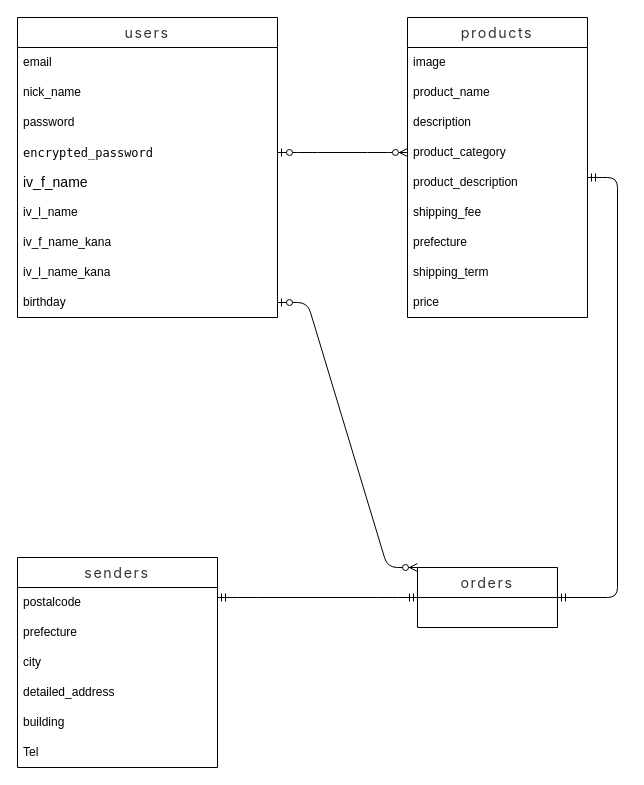
Before: page "Page-1" (1 of 4) of table.dio in Benishimizu/furima-38830, a draw.io diagram. Source tidied: cells renumbered, new cells numbered last; positions are measured from the earlier drawing's top-left corner, leaving out a move shared by most shapes. Both pictures are drawn from the tidied source at 100%, with x=0, y=0 at pixel (17, 17).
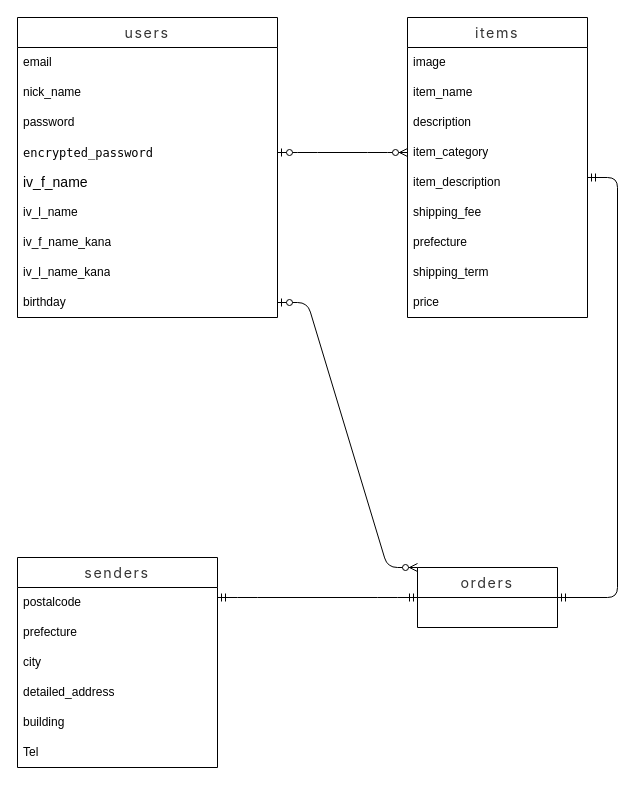
The same page after the edit.

What changed in the source:
```diff
@@
-    <mxCell id="2" value="&lt;span style=&quot;color: rgb(51, 51, 51); font-family: -apple-system, &amp;quot;system-ui&amp;quot;, &amp;quot;Noto Sans JP&amp;quot;, &amp;quot;Hiragino Sans&amp;quot;, &amp;quot;Hiragino Kaku Gothic ProN&amp;quot;, &amp;quot;segoe ui&amp;quot;, メイリオ, Meiryo, &amp;quot;ＭＳ Ｐゴシック&amp;quot;, &amp;quot;MS PGothic&amp;quot;, sans-serif; font-size: 14.24px; letter-spacing: 1.6px; text-align: start; background-color: rgb(255, 255, 255);&quot;&gt;products&lt;/span&gt;" style="swimlane;fontStyle=0;horizontal=1;startSize=30;whiteSpace=wrap;html=1;" parent="1" vertex="1">
+    <mxCell id="2" value="&lt;span style=&quot;color: rgb(51, 51, 51); font-family: -apple-system, &amp;quot;system-ui&amp;quot;, &amp;quot;Noto Sans JP&amp;quot;, &amp;quot;Hiragino Sans&amp;quot;, &amp;quot;Hiragino Kaku Gothic ProN&amp;quot;, &amp;quot;segoe ui&amp;quot;, メイリオ, Meiryo, &amp;quot;ＭＳ Ｐゴシック&amp;quot;, &amp;quot;MS PGothic&amp;quot;, sans-serif; font-size: 14.24px; letter-spacing: 1.6px; text-align: start; background-color: rgb(255, 255, 255);&quot;&gt;items&lt;/span&gt;" style="swimlane;fontStyle=0;horizontal=1;startSize=30;whiteSpace=wrap;html=1;" parent="1" vertex="1">
       <mxGeometry x="390" width="180" height="300" as="geometry" />
     </mxCell>
@@
-    <mxCell id="4" value="product_name" style="text;strokeColor=none;fillColor=none;align=left;verticalAlign=middle;spacingLeft=4;spacingRight=4;overflow=hidden;whiteSpace=wrap;html=1;" parent="2" vertex="1">
+    <mxCell id="4" value="item_name" style="text;strokeColor=none;fillColor=none;align=left;verticalAlign=middle;spacingLeft=4;spacingRight=4;overflow=hidden;whiteSpace=wrap;html=1;" parent="2" vertex="1">
       <mxGeometry y="60" width="180" height="30" as="geometry" />
     </mxCell>
@@
-    <mxCell id="6" value="product_category" style="text;strokeColor=none;fillColor=none;align=left;verticalAlign=middle;spacingLeft=4;spacingRight=4;overflow=hidden;points=[[0,0.5],[1,0.5]];portConstraint=eastwest;whiteSpace=wrap;html=1;labelBackgroundColor=#FFFFFF;fontColor=#000000;" parent="2" vertex="1">
+    <mxCell id="6" value="item_category" style="text;strokeColor=none;fillColor=none;align=left;verticalAlign=middle;spacingLeft=4;spacingRight=4;overflow=hidden;points=[[0,0.5],[1,0.5]];portConstraint=eastwest;whiteSpace=wrap;html=1;labelBackgroundColor=#FFFFFF;fontColor=#000000;" parent="2" vertex="1">
       <mxGeometry y="120" width="180" height="30" as="geometry" />
     </mxCell>
-    <mxCell id="7" value="product_description" style="text;strokeColor=none;fillColor=none;align=left;verticalAlign=middle;spacingLeft=4;spacingRight=4;overflow=hidden;whiteSpace=wrap;html=1;labelBackgroundColor=#FFFFFF;fontColor=#000000;" parent="2" vertex="1">
+    <mxCell id="7" value="item_description" style="text;strokeColor=none;fillColor=none;align=left;verticalAlign=middle;spacingLeft=4;spacingRight=4;overflow=hidden;whiteSpace=wrap;html=1;labelBackgroundColor=#FFFFFF;fontColor=#000000;" parent="2" vertex="1">
       <mxGeometry y="150" width="180" height="30" as="geometry" />
     </mxCell>
```
